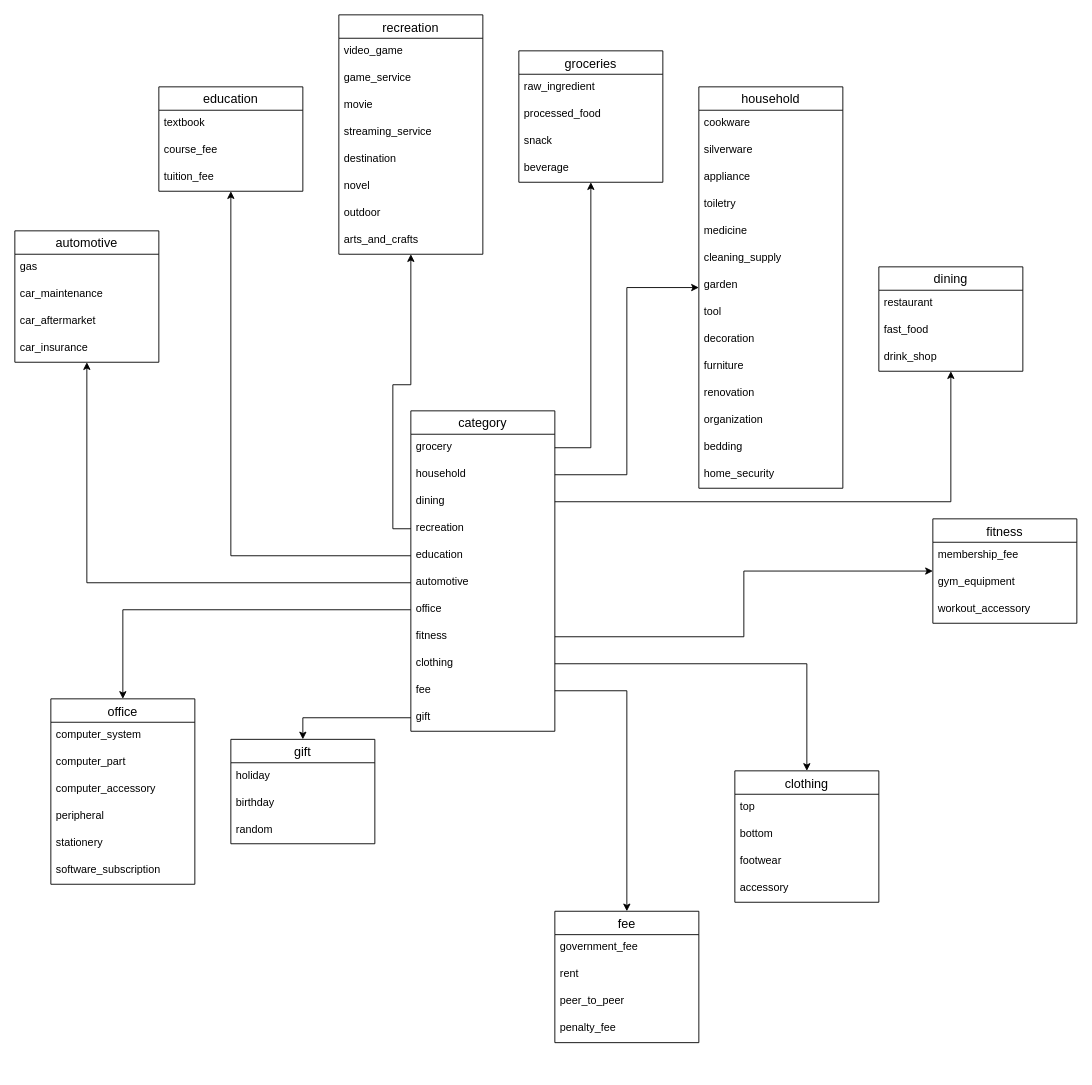
Before: diagram/category-subcategory-relation.drawio in fatteryacid/penny, a draw.io diagram. Source tidied: cells renumbered, new cells numbered last; positions are measured from the earlier drawing's top-left corner, leaving out a move shared by most shapes. Both pictures are drawn from the tidied source at 90%, with x=0, y=0 at pixel (14, 14).
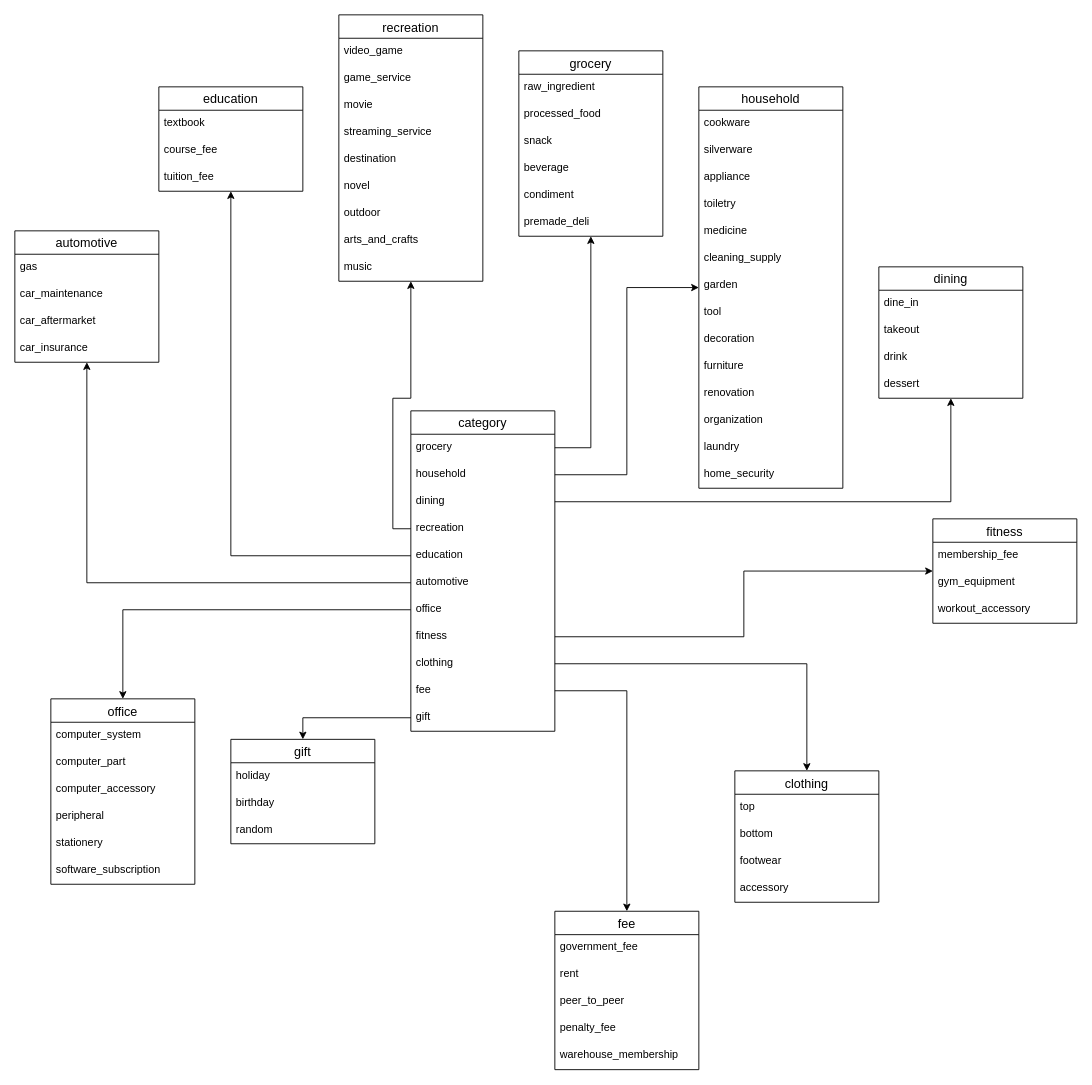
The same diagram, later.

Unchanged cells that the change refers to:
```xml
<mxCell id="19" value="household" style="swimlane;fontStyle=0;horizontal=1;startSize=26;align=center;fontSize=14;" parent="1" vertex="1">
  <mxGeometry x="760" y="80" width="160" height="446" as="geometry" />
</mxCell>
```

What changed in the source:
```diff
@@
-    <mxCell id="14" value="groceries" style="swimlane;fontStyle=0;horizontal=1;startSize=26;align=center;fontSize=14;" parent="1" vertex="1">
-      <mxGeometry x="560" y="40" width="160" height="146" as="geometry" />
+    <mxCell id="14" value="grocery" style="swimlane;fontStyle=0;horizontal=1;startSize=26;align=center;fontSize=14;" parent="1" vertex="1">
+      <mxGeometry x="560" y="40" width="160" height="206" as="geometry" />
     </mxCell>
@@
+    <mxCell id="92" value="condiment" style="text;strokeColor=none;fillColor=none;spacingLeft=4;spacingRight=4;overflow=hidden;fontSize=12;" parent="14" vertex="1">
+      <mxGeometry y="146" width="160" height="30" as="geometry" />
+    </mxCell>
+    <mxCell id="93" value="premade_deli" style="text;strokeColor=none;fillColor=none;spacingLeft=4;spacingRight=4;overflow=hidden;fontSize=12;" parent="14" vertex="1">
+      <mxGeometry y="176" width="160" height="30" as="geometry" />
+    </mxCell>
@@
-    <mxCell id="32" value="bedding" style="text;strokeColor=none;fillColor=none;spacingLeft=4;spacingRight=4;overflow=hidden;fontSize=12;" parent="19" vertex="1">
+    <mxCell id="32" value="laundry" style="text;strokeColor=none;fillColor=none;spacingLeft=4;spacingRight=4;overflow=hidden;fontSize=12;" parent="19" vertex="1">
       <mxGeometry y="386" width="160" height="30" as="geometry" />
     </mxCell>
@@
     <mxCell id="36" value="dining" style="swimlane;fontStyle=0;horizontal=1;startSize=26;align=center;fontSize=14;" parent="1" vertex="1">
-      <mxGeometry x="960" y="280" width="160" height="116" as="geometry" />
+      <mxGeometry x="960" y="280" width="160" height="146" as="geometry" />
     </mxCell>
-    <mxCell id="37" value="restaurant" style="text;strokeColor=none;fillColor=none;spacingLeft=4;spacingRight=4;overflow=hidden;fontSize=12;" parent="36" vertex="1">
+    <mxCell id="37" value="dine_in" style="text;strokeColor=none;fillColor=none;spacingLeft=4;spacingRight=4;overflow=hidden;fontSize=12;" parent="36" vertex="1">
       <mxGeometry y="26" width="160" height="30" as="geometry" />
     </mxCell>
-    <mxCell id="38" value="fast_food" style="text;strokeColor=none;fillColor=none;spacingLeft=4;spacingRight=4;overflow=hidden;fontSize=12;" parent="36" vertex="1">
+    <mxCell id="38" value="takeout" style="text;strokeColor=none;fillColor=none;spacingLeft=4;spacingRight=4;overflow=hidden;fontSize=12;" parent="36" vertex="1">
       <mxGeometry y="56" width="160" height="30" as="geometry" />
     </mxCell>
-    <mxCell id="39" value="drink_shop" style="text;strokeColor=none;fillColor=none;spacingLeft=4;spacingRight=4;overflow=hidden;fontSize=12;" parent="36" vertex="1">
+    <mxCell id="39" value="drink" style="text;strokeColor=none;fillColor=none;spacingLeft=4;spacingRight=4;overflow=hidden;fontSize=12;" parent="36" vertex="1">
       <mxGeometry y="86" width="160" height="30" as="geometry" />
     </mxCell>
+    <mxCell id="94" value="dessert" style="text;strokeColor=none;fillColor=none;spacingLeft=4;spacingRight=4;overflow=hidden;fontSize=12;" parent="36" vertex="1">
+      <mxGeometry y="116" width="160" height="30" as="geometry" />
+    </mxCell>
@@
     <mxCell id="41" value="recreation" style="swimlane;fontStyle=0;horizontal=1;startSize=26;align=center;fontSize=14;" parent="1" vertex="1">
-      <mxGeometry x="360" width="160" height="266" as="geometry" />
+      <mxGeometry x="360" width="160" height="296" as="geometry" />
     </mxCell>
@@
+    <mxCell id="95" value="music" style="text;strokeColor=none;fillColor=none;spacingLeft=4;spacingRight=4;overflow=hidden;fontSize=12;" parent="41" vertex="1">
+      <mxGeometry y="266" width="160" height="30" as="geometry" />
+    </mxCell>
@@
     <mxCell id="81" value="fee" style="swimlane;fontStyle=0;horizontal=1;startSize=26;align=center;fontSize=14;" parent="1" vertex="1">
-      <mxGeometry x="600" y="996" width="160" height="146" as="geometry" />
+      <mxGeometry x="600" y="996" width="160" height="176" as="geometry" />
     </mxCell>
@@
+    <mxCell id="96" value="warehouse_membership" style="text;strokeColor=none;fillColor=none;spacingLeft=4;spacingRight=4;overflow=hidden;fontSize=12;" parent="81" vertex="1">
+      <mxGeometry y="146" width="160" height="30" as="geometry" />
+    </mxCell>
```
